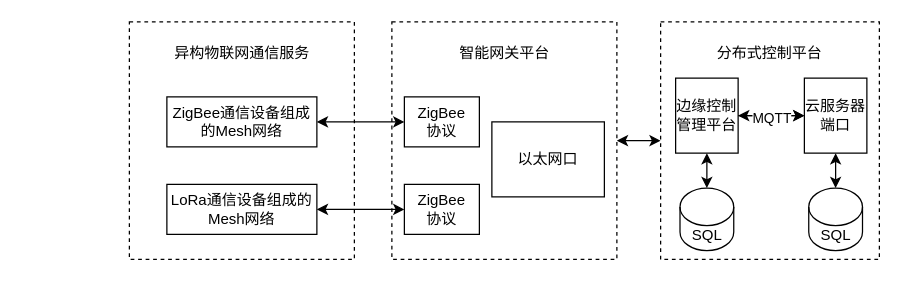
Earlier version of the draw.io diagram 后期论文.drawio (AkiraZheng/diagrams). Source tidied: cells renumbered, new cells numbered last; positions are measured from the earlier drawing's top-left corner, leaving out a move shared by most shapes. Both pictures are drawn from the tidied source at 125%, with x=0, y=0 at pixel (129, 21).
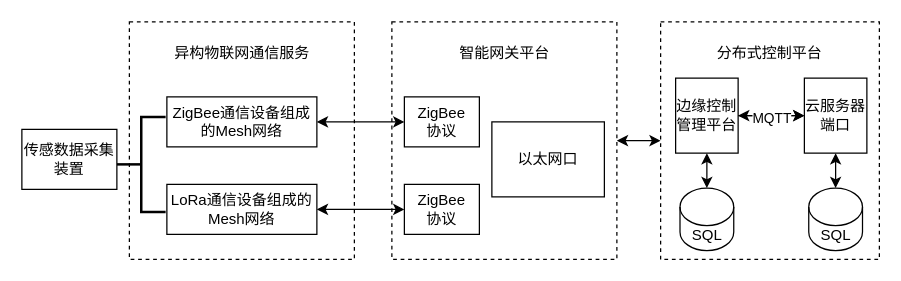
The same diagram, later.

Commit message (it also covers changes not shown here):
更新后期论文.drawio

What changed in the source:
```diff
@@
+    <mxCell id="25" style="strokeWidth=2;html=1;shape=mxgraph.flowchart.annotation_2;align=left;labelPosition=right;" parent="1" vertex="1">
+      <mxGeometry x="-10" y="76" width="39" height="76" as="geometry" />
+    </mxCell>
+    <mxCell id="26" value="传感数据采集装置" style="rounded=0;whiteSpace=wrap;html=1;" parent="1" vertex="1">
+      <mxGeometry x="-86" y="86" width="76" height="48" as="geometry" />
+    </mxCell>
```
